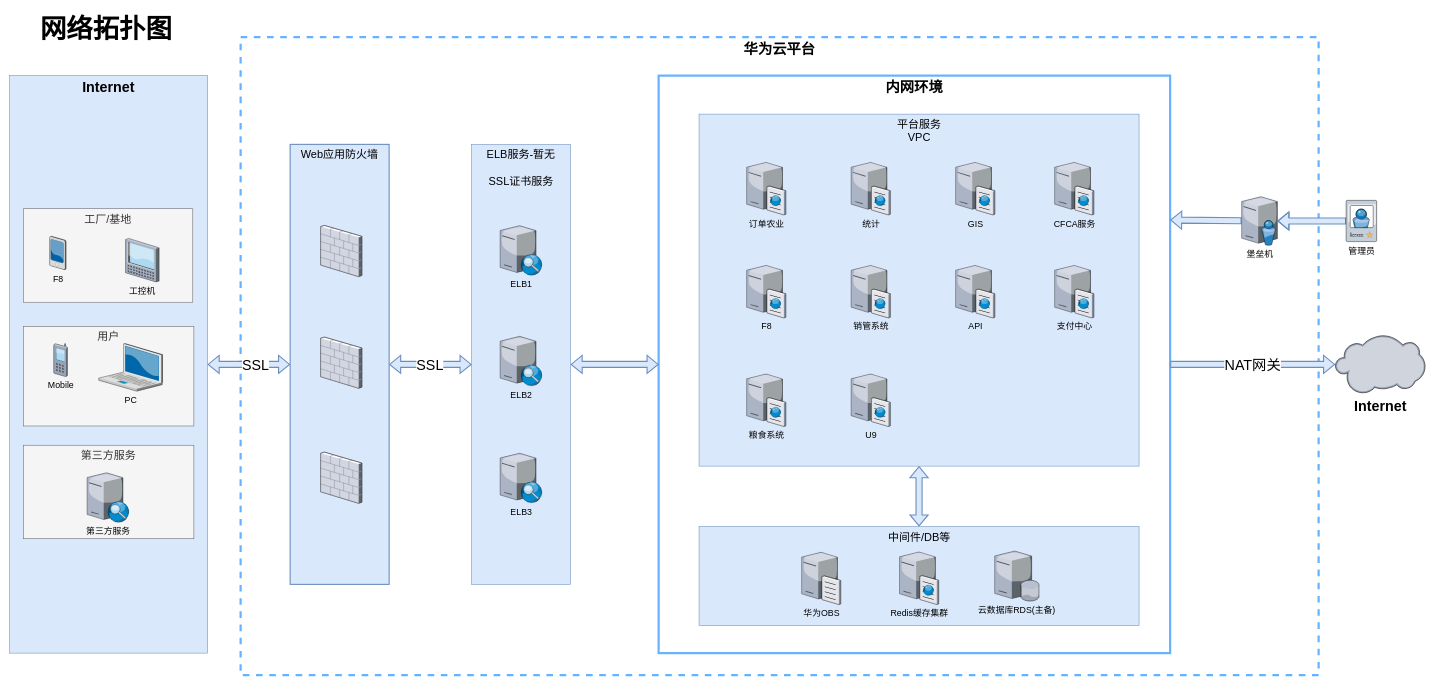
Above: draw.io/网络拓扑.drawio in zhaoshg/markdowns (draw.io), before the change. Source tidied: cells renumbered, new cells numbered last; positions are measured from the earlier drawing's top-left corner, leaving out a move shared by most shapes. Both pictures are drawn from the tidied source at 55%, with x=0, y=0 at pixel (9, 9).
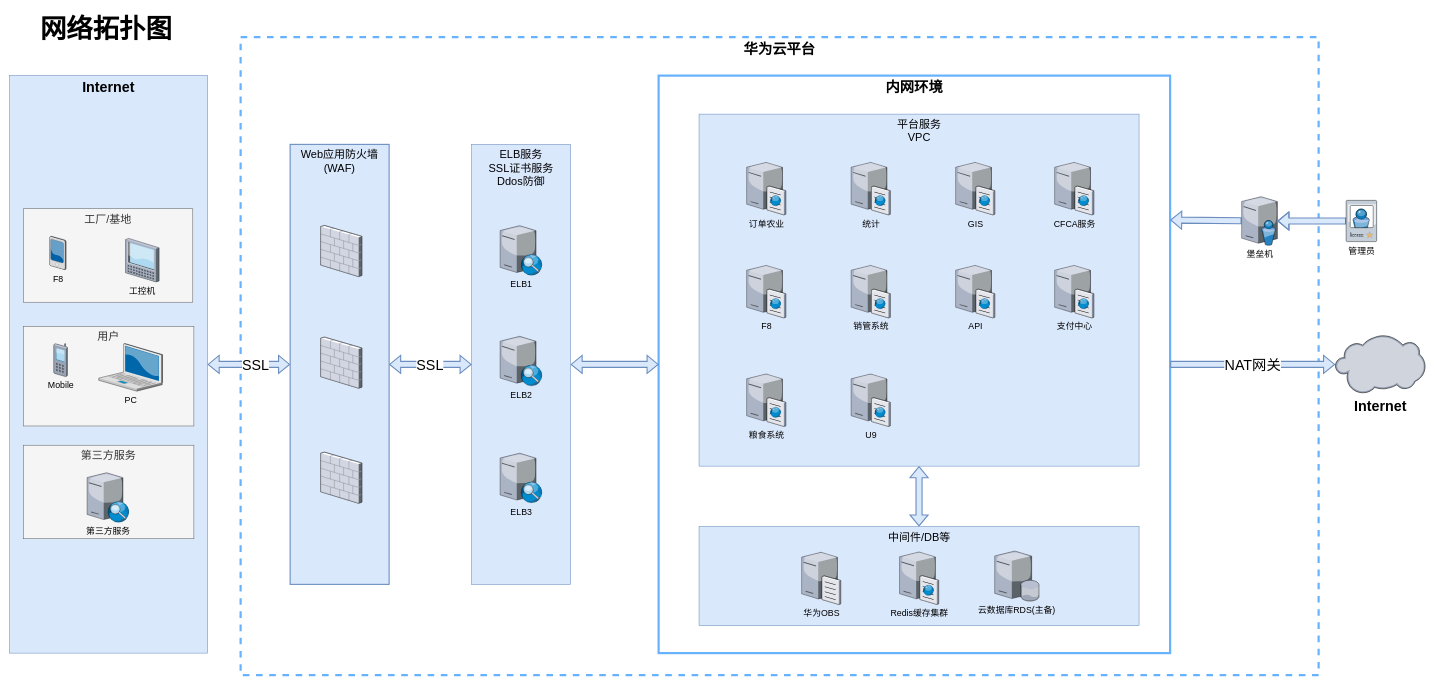
The same page after the edit.

What changed in the source:
```diff
@@
-    <mxCell id="9" value="ELB服务-暂无&lt;br&gt;&lt;br&gt;SSL证书服务" style="whiteSpace=wrap;html=1;fillColor=#dae8fc;fontSize=20;strokeColor=#6c8ebf;verticalAlign=top;" parent="1" vertex="1">
+    <mxCell id="9" value="ELB服务&lt;br&gt;SSL证书服务&lt;br&gt;Ddos防御" style="whiteSpace=wrap;html=1;fillColor=#dae8fc;fontSize=20;strokeColor=#6c8ebf;verticalAlign=top;" parent="1" vertex="1">
       <mxGeometry x="840" y="245" width="180" height="800" as="geometry" />
     </mxCell>
@@
-    <mxCell id="17" value="Web应用防火墙" style="whiteSpace=wrap;html=1;fillColor=#dae8fc;fontSize=20;strokeColor=#6c8ebf;verticalAlign=top;strokeWidth=2;" parent="1" vertex="1">
+    <mxCell id="17" value="Web应用防火墙&lt;br&gt;(WAF)" style="whiteSpace=wrap;html=1;fillColor=#dae8fc;fontSize=20;strokeColor=#6c8ebf;verticalAlign=top;strokeWidth=2;" parent="1" vertex="1">
       <mxGeometry x="510" y="245" width="180" height="800" as="geometry" />
     </mxCell>
```
